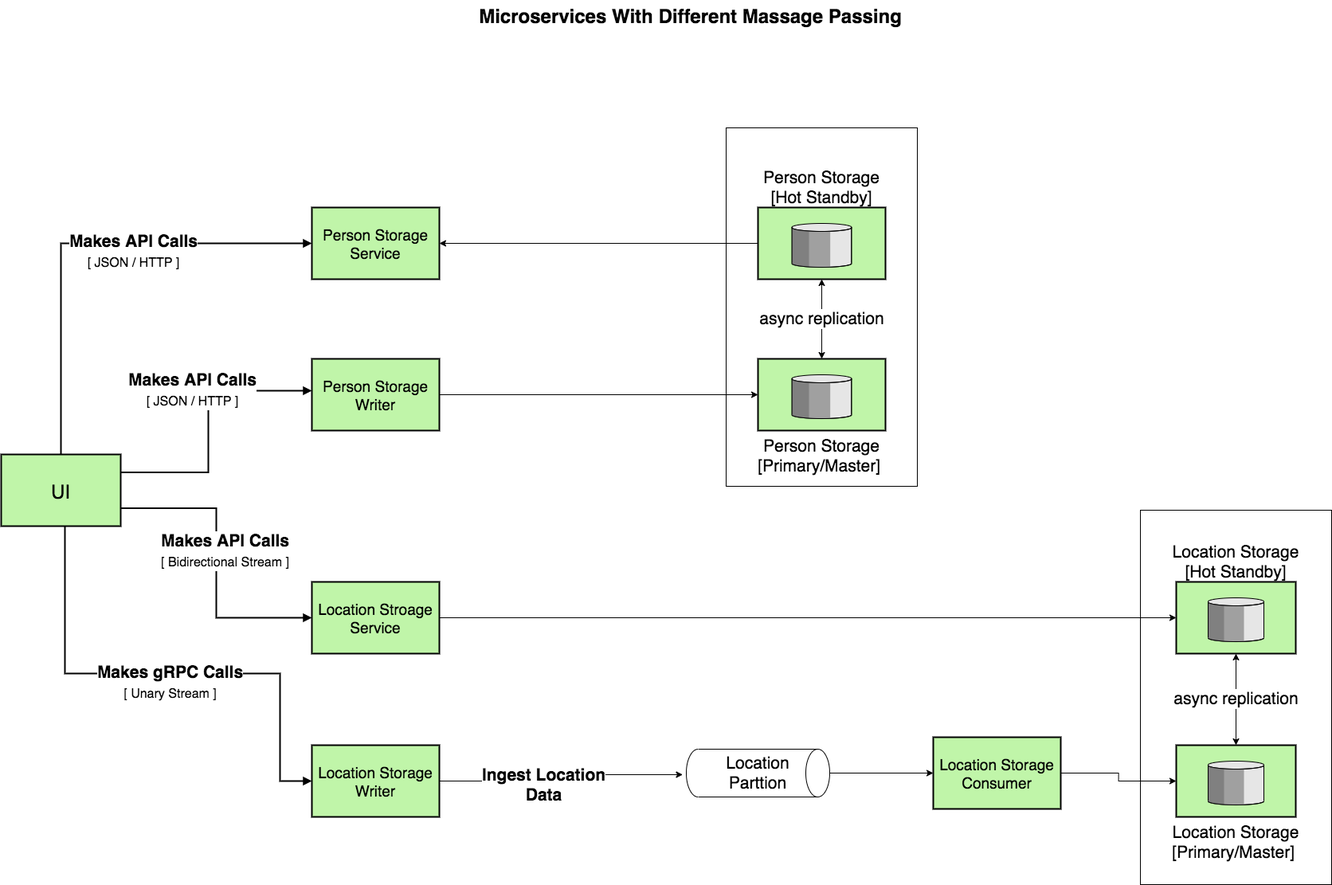
Earlier version of the draw.io export docs/architecture_decisions.png (codinghumanity2347/microservices-with-python-k8s). Source tidied: cells renumbered, new cells last; positions are measured from the earlier drawing's top-left corner, leaving out a move shared by most shapes.
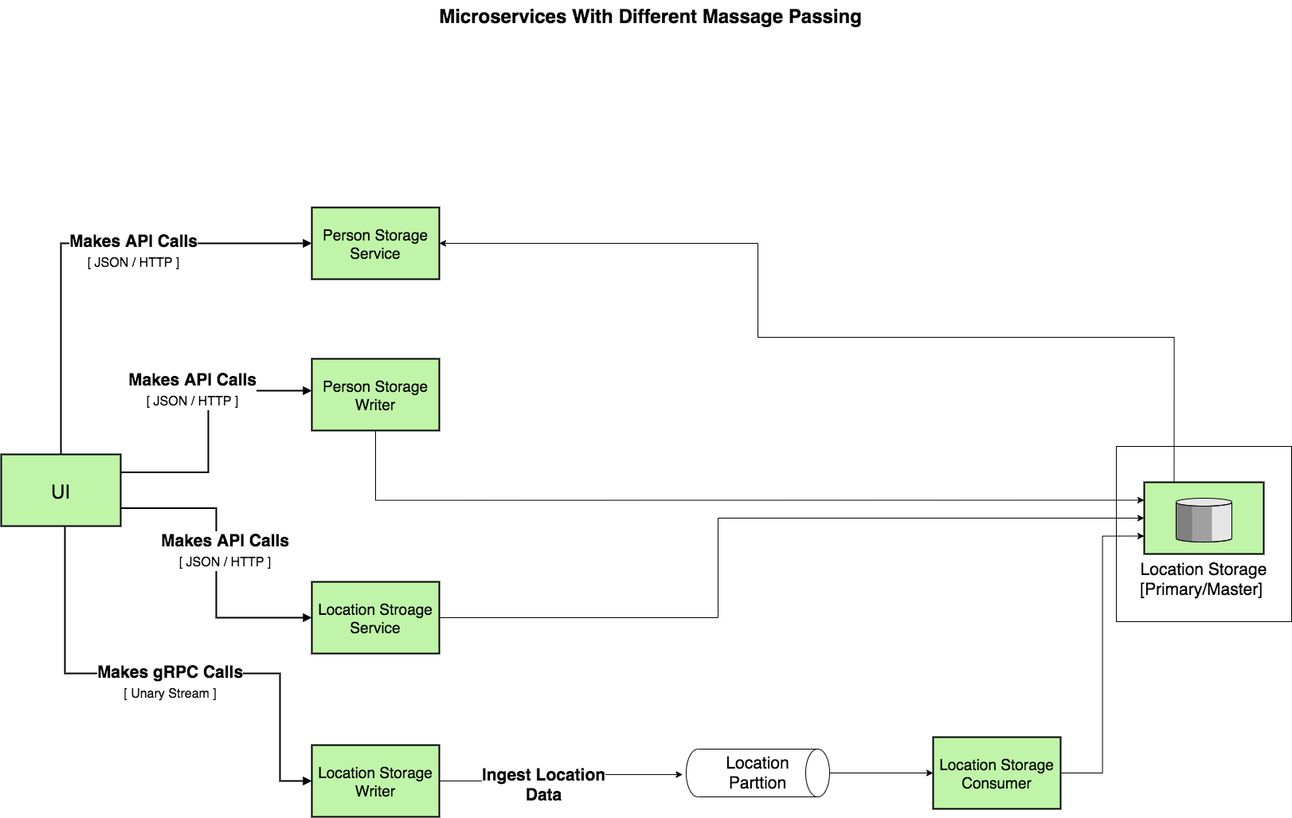
After the commit.

Change to the diagram source:
```diff
@@ -3,22 +3,16 @@
     <mxCell id="0" style="html=1;" />
     <mxCell id="1" style="html=1;" parent="0" />
     <mxCell id="2" style="rounded=0;whiteSpace=wrap;html=1;fillColor=none;fontSize=21;" parent="1" vertex="1">
-      <mxGeometry x="1430" y="640" width="240" height="470" as="geometry" />
+      <mxGeometry x="1400" y="560" width="220" height="220" as="geometry" />
     </mxCell>
-    <mxCell id="3" style="rounded=0;whiteSpace=wrap;html=1;fontSize=21;fillColor=none;" parent="1" vertex="1">
-      <mxGeometry x="910" y="160" width="240" height="450" as="geometry" />
-    </mxCell>
-    <mxCell id="4" value="async replication" style="endArrow=classic;startArrow=classic;html=1;fontSize=21;entryX=0.5;entryY=1;entryDx=0;entryDy=0;entryPerimeter=0;exitX=0.5;exitY=0;exitDx=0;exitDy=0;exitPerimeter=0;" parent="1" edge="1" source="26" target="28">
-      <mxGeometry relative="1" as="geometry" />
-    </mxCell>
     <mxCell id="5" style="edgeStyle=orthogonalEdgeStyle;rounded=0;html=1;endArrow=block;endFill=1;jettySize=auto;orthogonalLoop=1;strokeWidth=2;startArrow=none;startFill=0;" parent="1" edge="1">
       <mxGeometry relative="1" as="geometry">
-        <mxPoint x="522" y="595" as="sourcePoint" />
+        <mxPoint x="472" y="595" as="sourcePoint" />
       </mxGeometry>
     </mxCell>
     <mxCell id="6" style="edgeStyle=orthogonalEdgeStyle;rounded=0;html=1;endArrow=block;endFill=1;jettySize=auto;orthogonalLoop=1;strokeWidth=2;startArrow=none;startFill=0;" parent="1" edge="1">
       <mxGeometry relative="1" as="geometry">
-        <mxPoint x="312" y="595" as="sourcePoint" />
+        <mxPoint x="262" y="595" as="sourcePoint" />
       </mxGeometry>
     </mxCell>
     <mxCell id="7" style="edgeStyle=orthogonalEdgeStyle;rounded=0;html=1;endArrow=block;endFill=1;jettySize=auto;strokeWidth=2;startArrow=none;startFill=0;entryX=0;entryY=0.5;entryDx=0;entryDy=0;exitX=0.5;exitY=0;exitDx=0;exitDy=0;" parent="1" edge="1" source="12" target="13">
@@ -36,13 +30,13 @@
     <mxCell id="9" style="edgeStyle=orthogonalEdgeStyle;rounded=0;html=1;endArrow=block;endFill=1;jettySize=auto;strokeWidth=2;startArrow=none;startFill=0;entryX=0;entryY=0.5;entryDx=0;entryDy=0;exitX=1;exitY=0.75;exitDx=0;exitDy=0;" parent="1" edge="1" source="12" target="16">
       <mxGeometry relative="1" as="geometry" />
     </mxCell>
-    <mxCell id="10" value="&lt;b&gt;Makes API Calls&lt;/b&gt;&lt;br&gt;&lt;font style=&quot;font-size: 16px&quot;&gt;[ Bidirectional Stream ]&lt;/font&gt;" style="edgeLabel;html=1;align=center;verticalAlign=middle;fontSize=21;" parent="9" vertex="1">
+    <mxCell id="10" value="&lt;b&gt;Makes API Calls&lt;/b&gt;&lt;br&gt;&lt;font style=&quot;font-size: 16px&quot;&gt;[ JSON / HTTP ]&lt;/font&gt;" style="edgeLabel;html=1;align=center;verticalAlign=middle;fontSize=21;" parent="9" vertex="1">
       <mxGeometry x="-0.47" y="-18" relative="1" as="geometry">
         <mxPoint x="30" y="34.4" as="offset" />
       </mxGeometry>
     </mxCell>
     <mxCell id="11" value="Microservices With Different Massage Passing" style="text;strokeColor=none;fillColor=none;html=1;fontSize=24;fontStyle=1;verticalAlign=middle;align=center;" parent="1" vertex="1">
-      <mxGeometry x="70" width="1590" height="40" as="geometry" />
+      <mxGeometry x="20" width="1590" height="40" as="geometry" />
     </mxCell>
     <mxCell id="12" value="UI" style="strokeWidth=2;dashed=0;align=center;fontSize=24;shape=rect;verticalLabelPosition=middle;verticalAlign=middle;fillColor=#c0f5a9;labelPosition=center;" parent="1" vertex="1">
       <mxGeometry y="570" width="150" height="90" as="geometry" />
@@ -50,8 +44,12 @@
     <mxCell id="13" value="Person Storage &#10;Service" style="strokeWidth=2;dashed=0;align=center;fontSize=19;shape=rect;verticalLabelPosition=middle;verticalAlign=middle;fillColor=#c0f5a9;labelPosition=center;" parent="1" vertex="1">
       <mxGeometry x="390" y="260" width="160" height="90" as="geometry" />
     </mxCell>
-    <mxCell id="14" style="edgeStyle=orthogonalEdgeStyle;rounded=0;jettySize=auto;html=1;entryX=0;entryY=0.5;entryDx=0;entryDy=0;entryPerimeter=0;fontSize=21;" parent="1" edge="1" source="15" target="26">
-      <mxGeometry relative="1" as="geometry" />
+    <mxCell id="14" style="edgeStyle=orthogonalEdgeStyle;rounded=0;jettySize=auto;html=1;fontSize=21;entryX=0;entryY=0.25;entryDx=0;entryDy=0;entryPerimeter=0;" parent="1" edge="1" source="15" target="30">
+      <mxGeometry relative="1" as="geometry">
+        <Array as="points">
+          <mxPoint x="470" y="628" />
+        </Array>
+      </mxGeometry>
     </mxCell>
     <mxCell id="15" value="Person Storage &#10;Writer" style="strokeWidth=2;dashed=0;align=center;fontSize=19;shape=rect;verticalLabelPosition=middle;verticalAlign=middle;fillColor=#c0f5a9;labelPosition=center;" parent="1" vertex="1">
       <mxGeometry x="390" y="450" width="160" height="90" as="geometry" />
@@ -102,34 +100,33 @@
         <mxPoint x="10" y="10" as="offset" />
       </mxGeometry>
     </mxCell>
-    <mxCell id="26" value="Person Storage&#10;[Primary/Master] " style="strokeWidth=2;dashed=0;align=center;fontSize=21;verticalLabelPosition=bottom;verticalAlign=top;shape=mxgraph.eip.message_store;fillColor=#c0f5a9;" parent="1" vertex="1">
-      <mxGeometry x="950" y="450" width="160" height="90" as="geometry" />
-    </mxCell>
-    <mxCell id="27" style="edgeStyle=orthogonalEdgeStyle;rounded=0;jettySize=auto;html=1;entryX=1;entryY=0.5;entryDx=0;entryDy=0;fontSize=21;" parent="1" edge="1" source="28" target="13">
-      <mxGeometry relative="1" as="geometry" />
+    <mxCell id="27" style="edgeStyle=orthogonalEdgeStyle;rounded=0;jettySize=auto;html=1;entryX=1;entryY=0.5;entryDx=0;entryDy=0;fontSize=21;exitX=0.25;exitY=0;exitDx=0;exitDy=0;exitPerimeter=0;" parent="1" edge="1" source="30" target="13">
+      <mxGeometry relative="1" as="geometry">
+        <Array as="points">
+          <mxPoint x="1473" y="423" />
+          <mxPoint x="950" y="423" />
+          <mxPoint x="950" y="305" />
+        </Array>
+      </mxGeometry>
     </mxCell>
-    <mxCell id="28" value="Person Storage&#10;[Hot Standby]" style="strokeWidth=2;dashed=0;align=center;fontSize=21;verticalLabelPosition=top;verticalAlign=bottom;shape=mxgraph.eip.message_store;fillColor=#c0f5a9;labelPosition=center;" parent="1" vertex="1">
-      <mxGeometry x="950" y="260" width="160" height="90" as="geometry" />
-    </mxCell>
-    <mxCell id="29" value="async replication" style="endArrow=classic;startArrow=classic;html=1;fontSize=21;entryX=0.5;entryY=1;entryDx=0;entryDy=0;entryPerimeter=0;exitX=0.5;exitY=0;exitDx=0;exitDy=0;exitPerimeter=0;" parent="1" edge="1" source="30" target="31">
-      <mxGeometry relative="1" as="geometry" />
-    </mxCell>
     <mxCell id="30" value="Location Storage&#10;[Primary/Master] " style="strokeWidth=2;dashed=0;align=center;fontSize=21;verticalLabelPosition=bottom;verticalAlign=top;shape=mxgraph.eip.message_store;fillColor=#c0f5a9;" parent="1" vertex="1">
-      <mxGeometry x="1475" y="935" width="150" height="90" as="geometry" />
+      <mxGeometry x="1435" y="605" width="150" height="90" as="geometry" />
     </mxCell>
-    <mxCell id="31" value="Location Storage&#10;[Hot Standby]" style="strokeWidth=2;dashed=0;align=center;fontSize=21;verticalLabelPosition=top;verticalAlign=bottom;shape=mxgraph.eip.message_store;fillColor=#c0f5a9;labelPosition=center;" parent="1" vertex="1">
-      <mxGeometry x="1475" y="730" width="150" height="90" as="geometry" />
-    </mxCell>
     <mxCell id="32" style="edgeStyle=orthogonalEdgeStyle;rounded=0;jettySize=auto;html=1;" parent="1" edge="1" source="33" target="36">
       <mxGeometry relative="1" as="geometry" />
     </mxCell>
     <mxCell id="33" value="Location&lt;br&gt;Parttion" style="shape=cylinder2;whiteSpace=wrap;html=1;boundedLbl=1;backgroundOutline=1;size=15;fillColor=none;fontSize=21;direction=south;" parent="1" vertex="1">
       <mxGeometry x="860" y="940" width="180" height="60" as="geometry" />
     </mxCell>
-    <mxCell id="34" style="edgeStyle=orthogonalEdgeStyle;rounded=0;jettySize=auto;html=1;fontSize=21;exitX=1;exitY=0.5;exitDx=0;exitDy=0;entryX=0;entryY=0.5;entryDx=0;entryDy=0;entryPerimeter=0;" parent="1" edge="1" source="16" target="31">
-      <mxGeometry relative="1" as="geometry" />
+    <mxCell id="34" style="edgeStyle=orthogonalEdgeStyle;rounded=0;jettySize=auto;html=1;fontSize=21;exitX=1;exitY=0.5;exitDx=0;exitDy=0;entryX=0;entryY=0.5;entryDx=0;entryDy=0;entryPerimeter=0;" parent="1" edge="1" source="16" target="30">
+      <mxGeometry relative="1" as="geometry">
+        <Array as="points">
+          <mxPoint x="900" y="775" />
+          <mxPoint x="900" y="650" />
+        </Array>
+      </mxGeometry>
     </mxCell>
-    <mxCell id="35" style="edgeStyle=orthogonalEdgeStyle;rounded=0;jettySize=auto;html=1;entryX=0;entryY=0.5;entryDx=0;entryDy=0;entryPerimeter=0;" parent="1" edge="1" source="36" target="30">
+    <mxCell id="35" style="edgeStyle=orthogonalEdgeStyle;rounded=0;jettySize=auto;html=1;entryX=0;entryY=0.75;entryDx=0;entryDy=0;entryPerimeter=0;" parent="1" edge="1" source="36" target="30">
       <mxGeometry relative="1" as="geometry" />
     </mxCell>
     <mxCell id="36" value="Location Storage&#10;Consumer" style="strokeWidth=2;dashed=0;align=center;fontSize=19;shape=rect;verticalLabelPosition=middle;verticalAlign=middle;fillColor=#c0f5a9;labelPosition=center;" parent="1" vertex="1">
```
